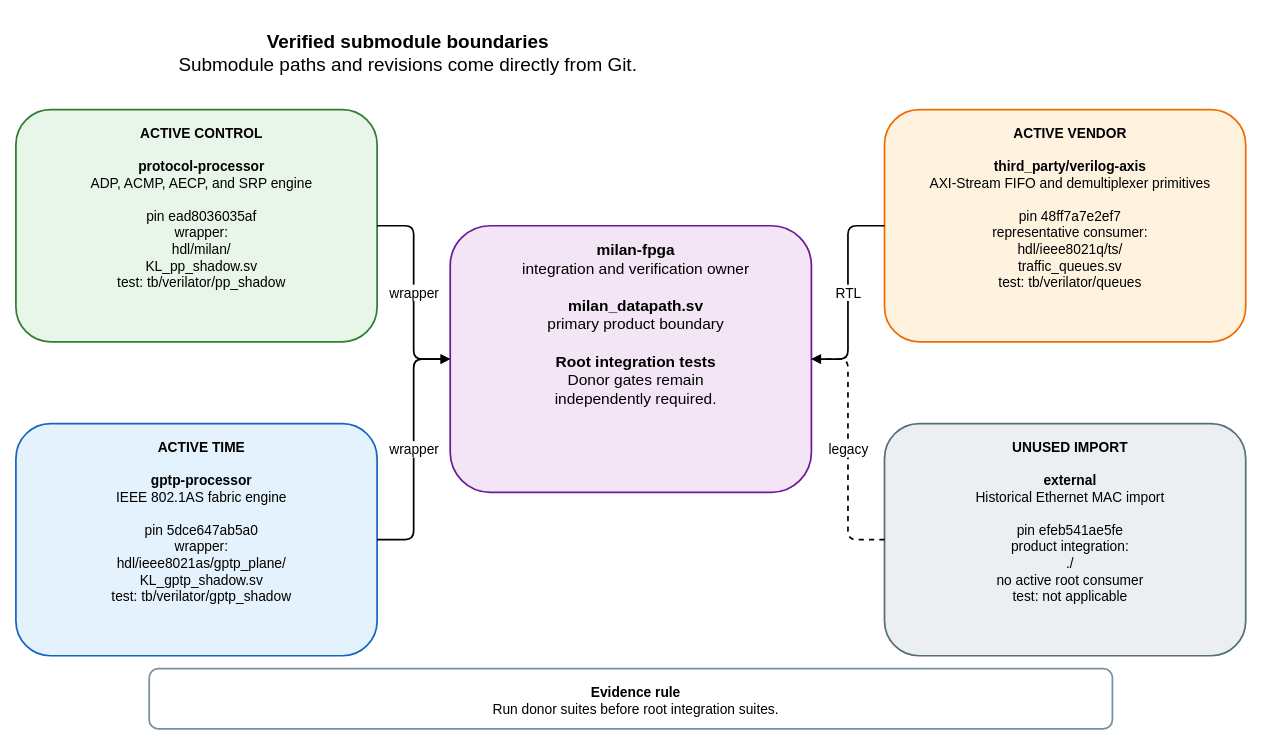
Before: docs/diagrams/submodule_boundaries.drawio in kebag-logic/milan-fpga, a draw.io diagram. Source tidied: cells renumbered, new cells numbered last; positions are measured from the earlier drawing's top-left corner, leaving out a move shared by most shapes. Both pictures are drawn from the tidied source at 86%, with x=0, y=0 at pixel (15, 15).
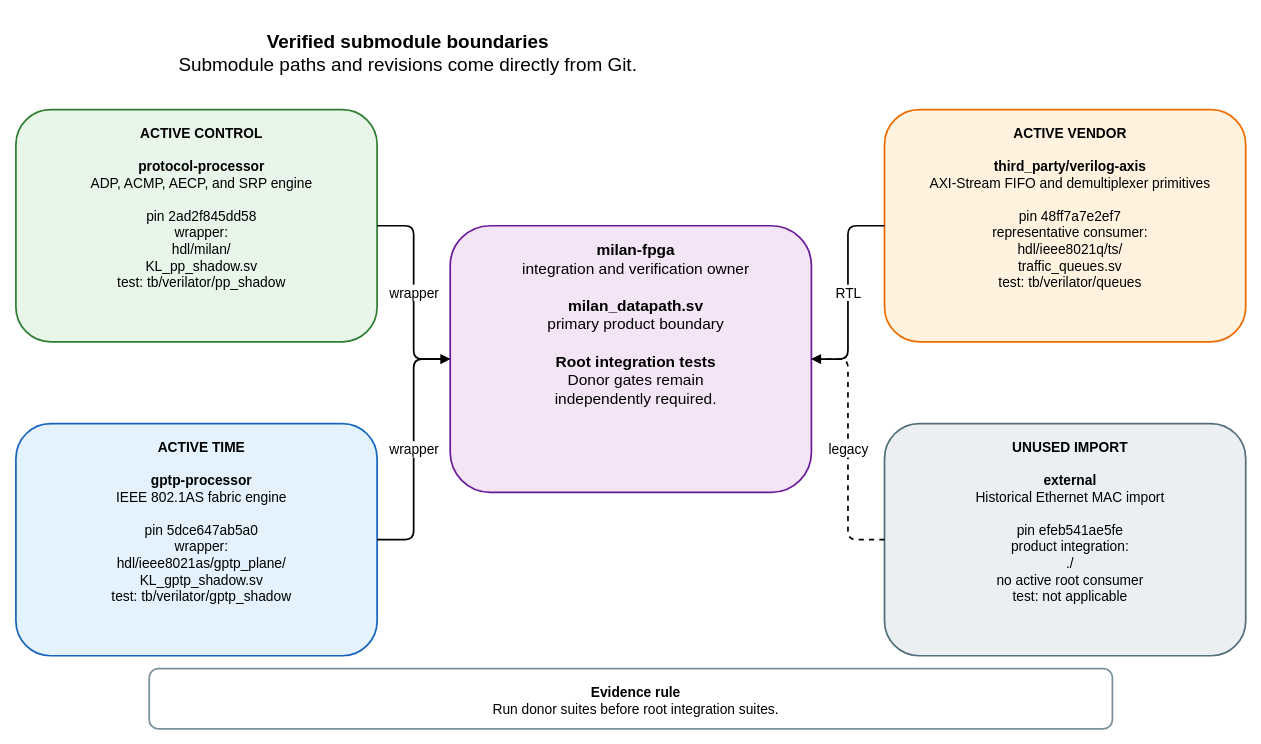
Above is the later version.

Commit message (it also covers changes not shown here):
Refresh processor pin records and parent integration notes

What changed in the source:
```diff
@@
 <mxGraphModel>
   <root>
     <mxCell id="0" />
     <mxCell id="1" parent="0" />
     <mxCell id="2" value="&lt;b&gt;Verified submodule boundaries&lt;/b&gt;&lt;br&gt;Submodule paths and revisions come directly from Git." style="rounded=1;whiteSpace=wrap;html=1;verticalAlign=top;spacingTop=12;spacingLeft=12;fontSize=22;fontFamily=Helvetica;fillColor=none;strokeColor=none;strokeWidth=2;" parent="1" vertex="1">
       <mxGeometry width="900" height="65" as="geometry" />
     </mxCell>
     <mxCell id="3" value="&lt;b&gt;milan-fpga&lt;/b&gt;&lt;br&gt;integration and verification owner&lt;br&gt;&lt;br&gt;&lt;b&gt;milan_datapath.sv&lt;/b&gt;&lt;br&gt;primary product boundary&lt;br&gt;&lt;br&gt;&lt;b&gt;Root integration tests&lt;/b&gt;&lt;br&gt;Donor gates remain&lt;br&gt;independently required." style="rounded=1;whiteSpace=wrap;html=1;verticalAlign=top;spacingTop=12;spacingLeft=12;fontSize=18;fontFamily=Helvetica;fillColor=#F3E5F5;strokeColor=#6A1B9A;strokeWidth=2;" parent="1" vertex="1">
       <mxGeometry x="505" y="245" width="420" height="310" as="geometry" />
     </mxCell>
-    <mxCell id="4" value="&lt;b&gt;ACTIVE CONTROL&lt;/b&gt;&lt;br&gt;&lt;br&gt;&lt;b&gt;protocol-processor&lt;/b&gt;&lt;br&gt;ADP, ACMP, AECP, and SRP engine&lt;br&gt;&lt;br&gt;pin ead8036035af&lt;br&gt;wrapper:&lt;br&gt;hdl/milan/&lt;br&gt;KL_pp_shadow.sv&lt;br&gt;test: tb/verilator/pp_shadow" style="rounded=1;whiteSpace=wrap;html=1;verticalAlign=top;spacingTop=12;spacingLeft=12;fontSize=16;fontFamily=Helvetica;fillColor=#E8F5E9;strokeColor=#2E7D32;strokeWidth=2;" parent="1" vertex="1">
+    <mxCell id="4" value="&lt;b&gt;ACTIVE CONTROL&lt;/b&gt;&lt;br&gt;&lt;br&gt;&lt;b&gt;protocol-processor&lt;/b&gt;&lt;br&gt;ADP, ACMP, AECP, and SRP engine&lt;br&gt;&lt;br&gt;pin 2ad2f845dd58&lt;br&gt;wrapper:&lt;br&gt;hdl/milan/&lt;br&gt;KL_pp_shadow.sv&lt;br&gt;test: tb/verilator/pp_shadow" style="rounded=1;whiteSpace=wrap;html=1;verticalAlign=top;spacingTop=12;spacingLeft=12;fontSize=16;fontFamily=Helvetica;fillColor=#E8F5E9;strokeColor=#2E7D32;strokeWidth=2;" parent="1" vertex="1">
       <mxGeometry y="110" width="420" height="270" as="geometry" />
     </mxCell>
     <mxCell id="5" value="&lt;b&gt;ACTIVE TIME&lt;/b&gt;&lt;br&gt;&lt;br&gt;&lt;b&gt;gptp-processor&lt;/b&gt;&lt;br&gt;IEEE 802.1AS fabric engine&lt;br&gt;&lt;br&gt;pin 5dce647ab5a0&lt;br&gt;wrapper:&lt;br&gt;hdl/ieee8021as/gptp_plane/&lt;br&gt;KL_gptp_shadow.sv&lt;br&gt;test: tb/verilator/gptp_shadow" style="rounded=1;whiteSpace=wrap;html=1;verticalAlign=top;spacingTop=12;spacingLeft=12;fontSize=16;fontFamily=Helvetica;fillColor=#E3F2FD;strokeColor=#1565C0;strokeWidth=2;" parent="1" vertex="1">
       <mxGeometry y="475" width="420" height="270" as="geometry" />
     </mxCell>
     <mxCell id="6" value="&lt;b&gt;ACTIVE VENDOR&lt;/b&gt;&lt;br&gt;&lt;br&gt;&lt;b&gt;third_party/verilog-axis&lt;/b&gt;&lt;br&gt;AXI-Stream FIFO and demultiplexer primitives&lt;br&gt;&lt;br&gt;pin 48ff7a7e2ef7&lt;br&gt;representative consumer:&lt;br&gt;hdl/ieee8021q/ts/&lt;br&gt;traffic_queues.sv&lt;br&gt;test: tb/verilator/queues" style="rounded=1;whiteSpace=wrap;html=1;verticalAlign=top;spacingTop=12;spacingLeft=12;fontSize=16;fontFamily=Helvetica;fillColor=#FFF3E0;strokeColor=#EF6C00;strokeWidth=2;" parent="1" vertex="1">
       <mxGeometry x="1010" y="110" width="420" height="270" as="geometry" />
     </mxCell>
     <mxCell id="7" value="&lt;b&gt;UNUSED IMPORT&lt;/b&gt;&lt;br&gt;&lt;br&gt;&lt;b&gt;external&lt;/b&gt;&lt;br&gt;Historical Ethernet MAC import&lt;br&gt;&lt;br&gt;pin efeb541ae5fe&lt;br&gt;product integration:&lt;br&gt;./&lt;br&gt;no active root consumer&lt;br&gt;test: not applicable" style="rounded=1;whiteSpace=wrap;html=1;verticalAlign=top;spacingTop=12;spacingLeft=12;fontSize=16;fontFamily=Helvetica;fillColor=#ECEFF1;strokeColor=#546E7A;strokeWidth=2;" parent="1" vertex="1">
       <mxGeometry x="1010" y="475" width="420" height="270" as="geometry" />
     </mxCell>
     <mxCell id="8" value="wrapper" style="edgeStyle=orthogonalEdgeStyle;rounded=1;jettySize=auto;html=1;endArrow=block;endFill=1;strokeWidth=2;fontSize=16;fontFamily=Helvetica;labelBackgroundColor=#FFFFFF;" parent="1" edge="1" source="4" target="3">
       <mxGeometry relative="1" as="geometry" />
     </mxCell>
     <mxCell id="9" value="wrapper" style="edgeStyle=orthogonalEdgeStyle;rounded=1;jettySize=auto;html=1;endArrow=block;endFill=1;strokeWidth=2;fontSize=16;fontFamily=Helvetica;labelBackgroundColor=#FFFFFF;" parent="1" edge="1" source="5" target="3">
       <mxGeometry relative="1" as="geometry" />
     </mxCell>
     <mxCell id="10" value="RTL" style="edgeStyle=orthogonalEdgeStyle;rounded=1;jettySize=auto;html=1;endArrow=block;endFill=1;strokeWidth=2;fontSize=16;fontFamily=Helvetica;labelBackgroundColor=#FFFFFF;" parent="1" edge="1" source="6" target="3">
       <mxGeometry relative="1" as="geometry" />
     </mxCell>
     <mxCell id="11" value="legacy" style="edgeStyle=orthogonalEdgeStyle;rounded=1;jettySize=auto;html=1;endArrow=block;endFill=1;strokeWidth=2;fontSize=16;fontFamily=Helvetica;labelBackgroundColor=#FFFFFF;dashed=1;" parent="1" edge="1" source="7" target="3">
       <mxGeometry relative="1" as="geometry" />
     </mxCell>
     <mxCell id="12" value="&lt;b&gt;Evidence rule&lt;/b&gt;&lt;br&gt;Run donor suites before root integration suites." style="rounded=1;whiteSpace=wrap;html=1;verticalAlign=top;spacingTop=12;spacingLeft=12;fontSize=16;fontFamily=Helvetica;fillColor=#FFFFFF;strokeColor=#78909C;strokeWidth=2;" parent="1" vertex="1">
       <mxGeometry x="155" y="760" width="1120" height="70" as="geometry" />
     </mxCell>
   </root>
 </mxGraphModel>
```
